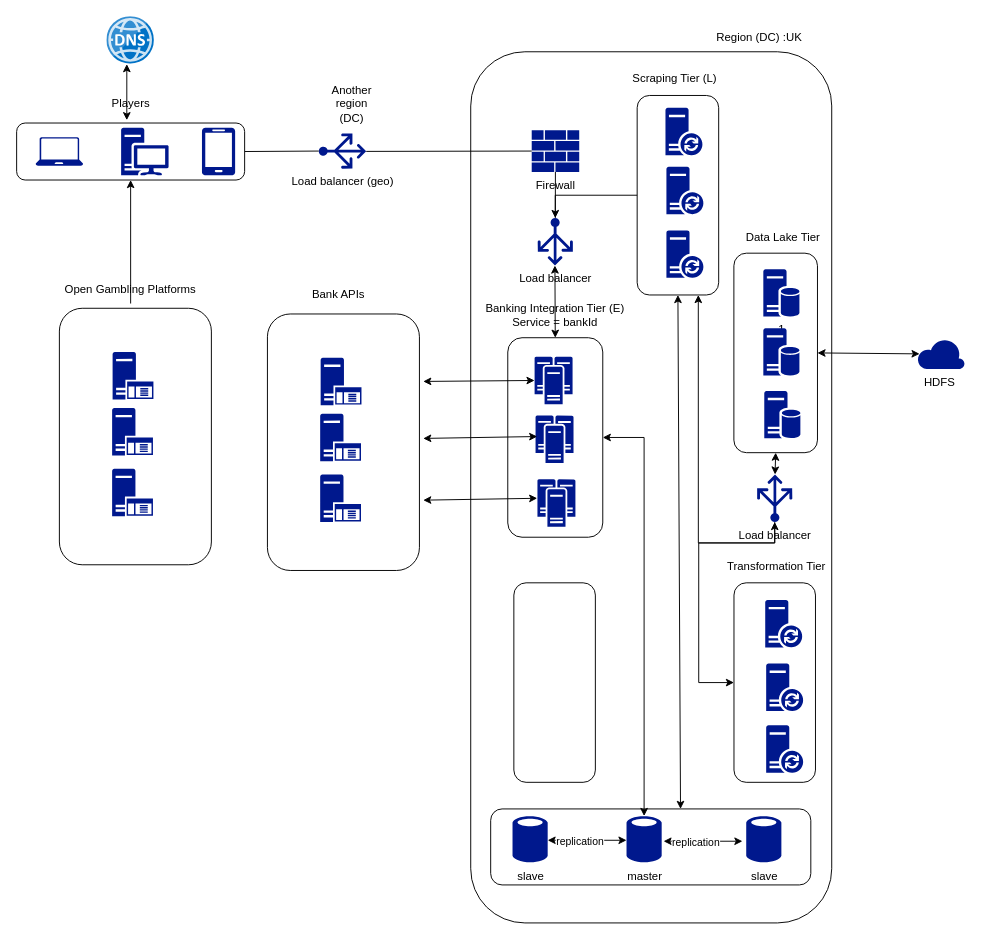
The draw.io diagram resoures/drawio/player_risk_score.drawio in hkravtsov/hla, before the edit. Source tidied: cells renumbered, new cells numbered last; positions are measured from the earlier drawing's top-left corner, leaving out a move shared by most shapes. Both pictures are drawn from the tidied source at 95%, with x=0, y=0 at pixel (16, 16).
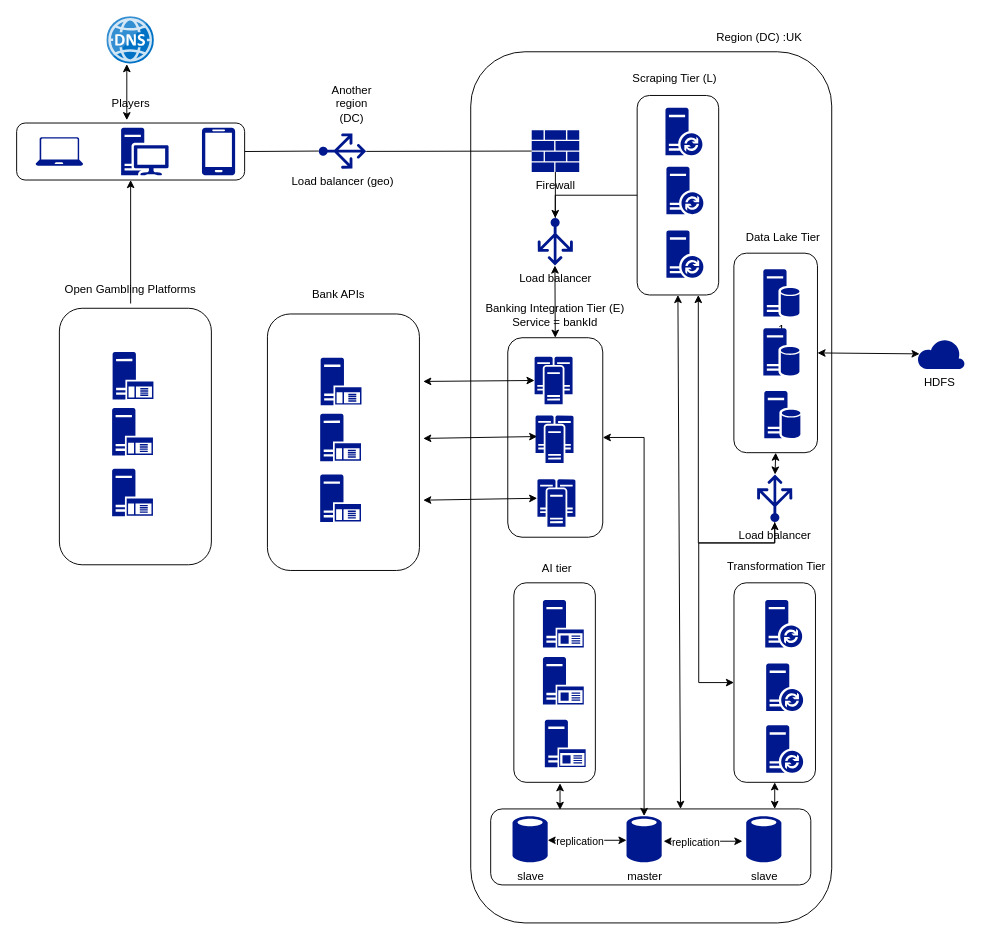
Above is the later version.

The change refers to these unchanged cells:
```xml
<mxCell id="57" style="rounded=1;whiteSpace=wrap;html=1;" parent="1" vertex="1">
  <mxGeometry x="755.1" y="596" width="85.8" height="210" as="geometry" />
</mxCell>
```

The edit, as a diff of the source:
```diff
@@
+    <mxCell id="72" style="sketch=0;shadow=0;dashed=0;html=1;strokeColor=none;labelPosition=center;verticalLabelPosition=bottom;verticalAlign=top;align=center;fillColor=#00188D;shape=mxgraph.mscae.enterprise.application_server2;" parent="1" vertex="1">
+      <mxGeometry x="554" y="614" width="43" height="50" as="geometry" />
+    </mxCell>
+    <mxCell id="73" style="sketch=0;shadow=0;dashed=0;html=1;strokeColor=none;labelPosition=center;verticalLabelPosition=bottom;verticalAlign=top;align=center;fillColor=#00188D;shape=mxgraph.mscae.enterprise.application_server2;" parent="1" vertex="1">
+      <mxGeometry x="554" y="674" width="43" height="50" as="geometry" />
+    </mxCell>
+    <mxCell id="74" style="sketch=0;shadow=0;dashed=0;html=1;strokeColor=none;labelPosition=center;verticalLabelPosition=bottom;verticalAlign=top;align=center;fillColor=#00188D;shape=mxgraph.mscae.enterprise.application_server2;" parent="1" vertex="1">
+      <mxGeometry x="556" y="740" width="43" height="50" as="geometry" />
+    </mxCell>
+    <mxCell id="75" value="AI tier" style="text;html=1;align=center;verticalAlign=middle;whiteSpace=wrap;rounded=0;" parent="1" vertex="1">
+      <mxGeometry x="483.5" y="566" width="170" height="30" as="geometry" />
+    </mxCell>
+    <mxCell id="76" style="endArrow=classic;html=1;rounded=0;entryX=0.5;entryY=1;entryDx=0;entryDy=0;startArrow=classic;startFill=1;endFill=1;" parent="1" edge="1" target="57">
+      <mxGeometry relative="1" as="geometry">
+        <mxPoint x="798" y="834" as="sourcePoint" />
+      </mxGeometry>
+    </mxCell>
+    <mxCell id="77" style="endArrow=classic;html=1;rounded=0;entryX=0.5;entryY=1;entryDx=0;entryDy=0;startArrow=classic;startFill=1;endFill=1;" parent="1" edge="1">
+      <mxGeometry relative="1" as="geometry">
+        <mxPoint x="572" y="835" as="sourcePoint" />
+        <mxPoint x="572" y="807" as="targetPoint" />
+      </mxGeometry>
+    </mxCell>
```
